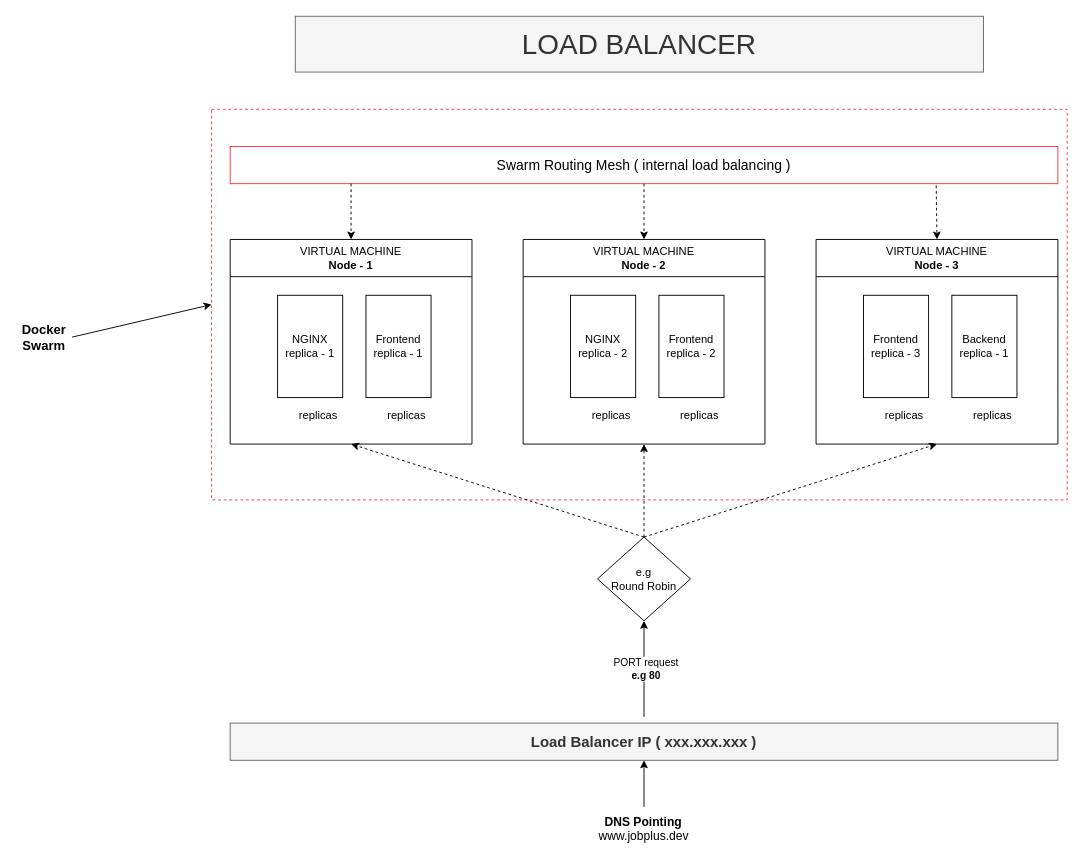
kingsley-ijomah/draw.io keeps this draw.io diagram as page "Loadbalancer" (8 of 9) of devops/DevOps.drawio. Above is the earlier version. Source tidied: cells renumbered, new cells numbered last; positions are measured from the earlier drawing's top-left corner, leaving out a move shared by most shapes. Both pictures are drawn from the tidied source at 93%, with x=0, y=0 at pixel (16, 16).
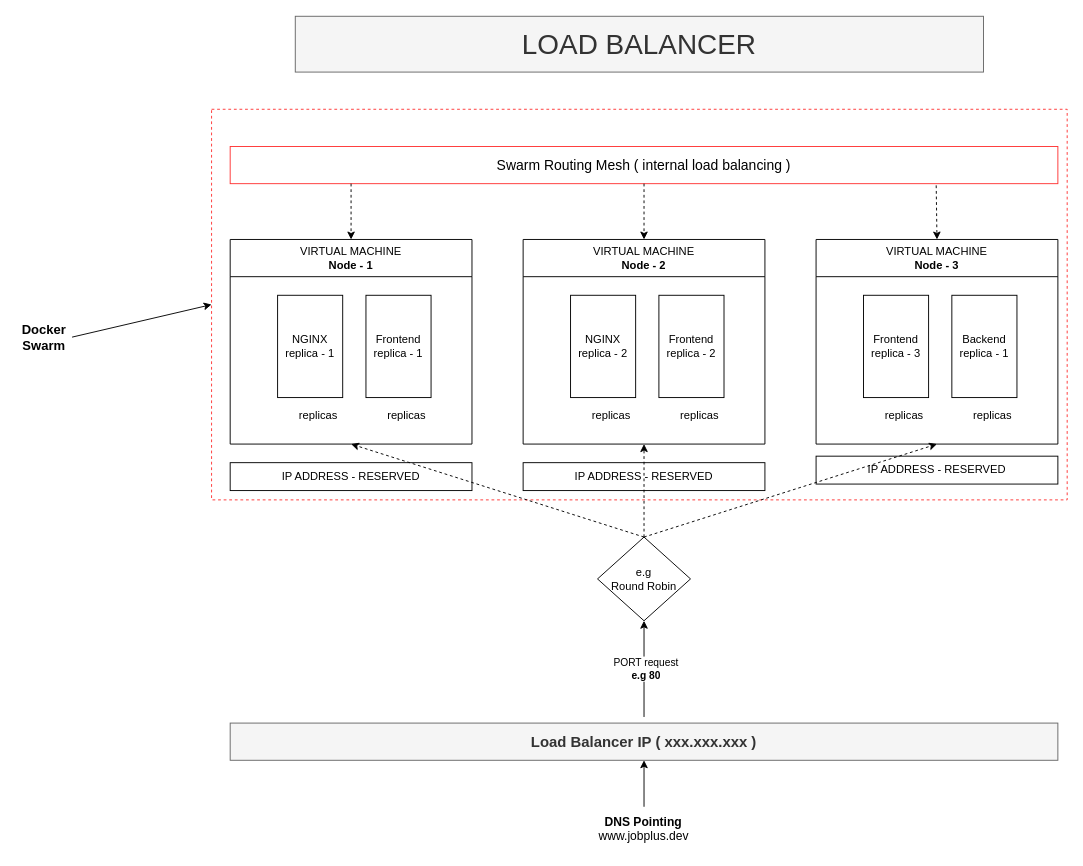
The same page after the edit.

Diff of the diagram source:
```diff
@@
+    <mxCell id="35" value="IP ADDRESS - RESERVED" style="rounded=0;whiteSpace=wrap;html=1;" parent="1" vertex="1">
+      <mxGeometry x="230" y="480" width="260" height="30" as="geometry" />
+    </mxCell>
+    <mxCell id="36" value="IP ADDRESS - RESERVED" style="rounded=0;whiteSpace=wrap;html=1;" parent="1" vertex="1">
+      <mxGeometry x="545" y="480" width="260" height="30" as="geometry" />
+    </mxCell>
+    <mxCell id="37" value="IP ADDRESS - RESERVED" style="rounded=0;whiteSpace=wrap;html=1;" parent="1" vertex="1">
+      <mxGeometry x="860" y="473" width="260" height="30" as="geometry" />
+    </mxCell>
```
